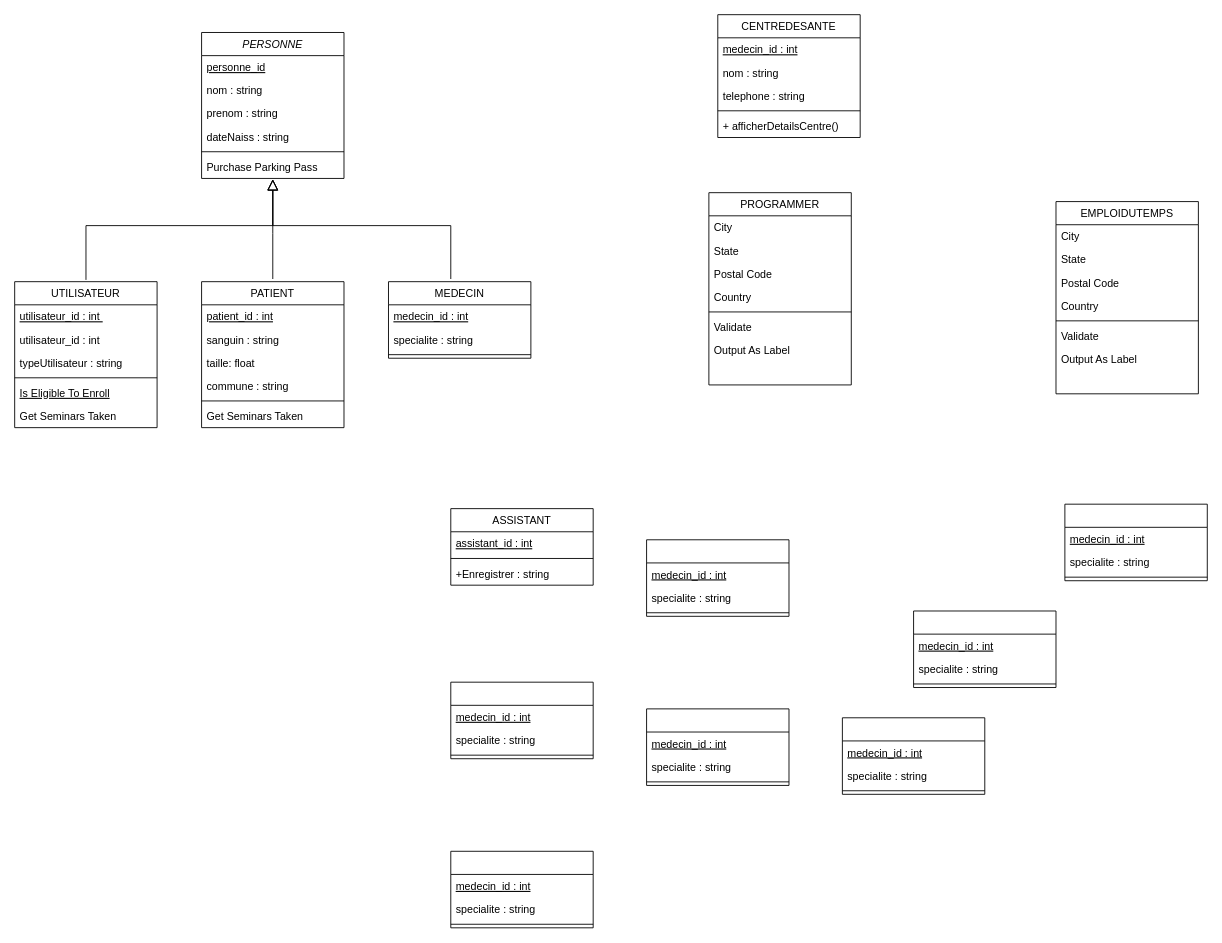
Earlier version of the draw.io diagram Untitled Diagram.drawio (2024SMAGIR2A/MedicalinfoA). Source tidied: cells renumbered, new cells numbered last; positions are measured from the earlier drawing's top-left corner, leaving out a move shared by most shapes. Both pictures are drawn from the tidied source at 89%, with x=0, y=0 at pixel (14, 14).
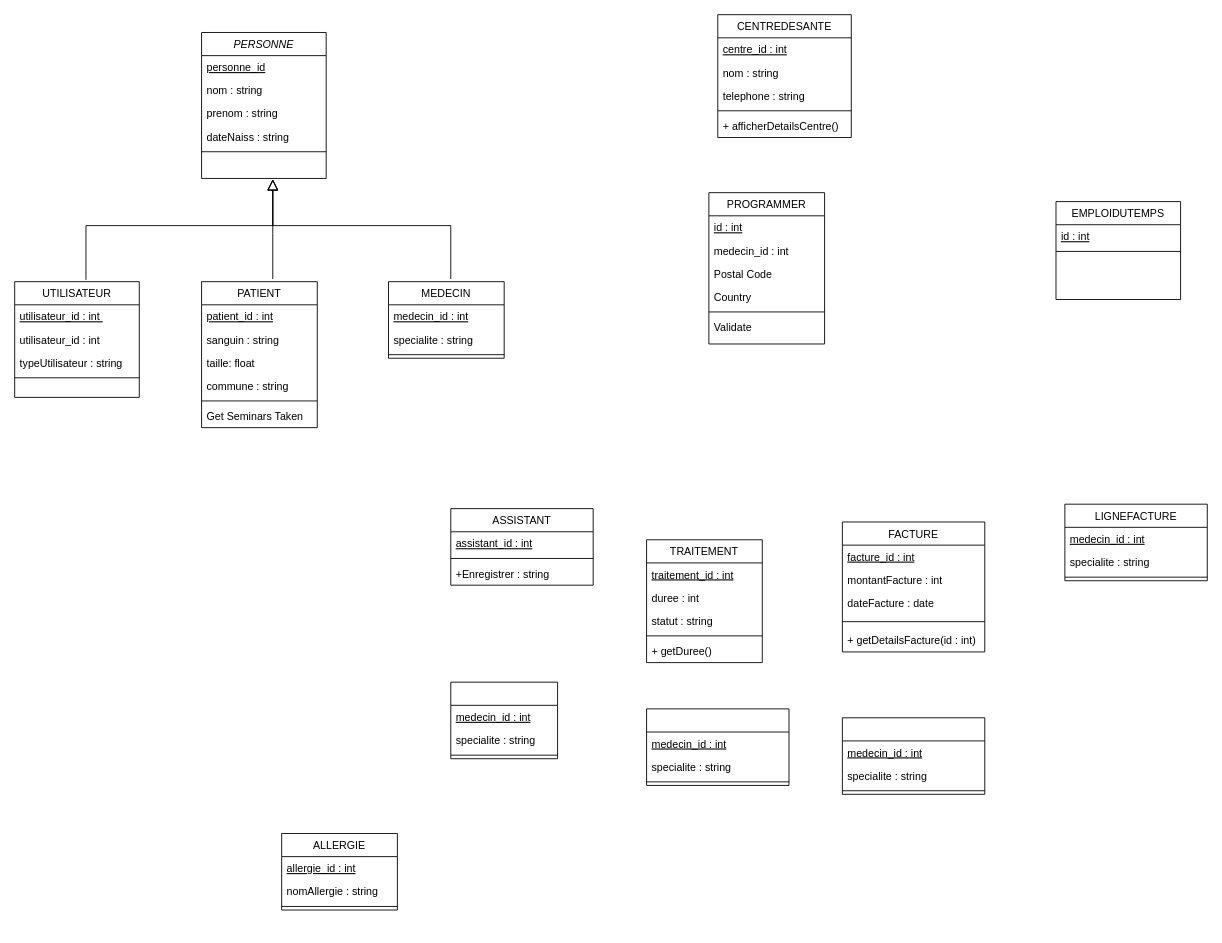
After the change.

Commit message (it also covers changes not shown here):
Mettre à jour Untitled Diagram.drawio

Change to the diagram source:
```diff
@@
     <mxCell id="2" value="PERSONNE" style="swimlane;fontStyle=2;align=center;verticalAlign=top;horizontal=1;startSize=26;rounded=0;shadow=0;strokeWidth=1;" parent="1" vertex="1">
-      <mxGeometry x="210" y="20" width="160" height="164" as="geometry" />
+      <mxGeometry x="210" y="20" width="140" height="164" as="geometry" />
     </mxCell>
     <mxCell id="3" value="personne_id" style="text;align=left;verticalAlign=top;spacingLeft=4;spacingRight=4;overflow=hidden;fillColor=none;fontStyle=4;" parent="2" vertex="1">
-      <mxGeometry y="26" width="160" height="26" as="geometry" />
+      <mxGeometry y="26" width="140" height="26" as="geometry" />
     </mxCell>
     <mxCell id="4" value="nom : string" style="text;align=left;verticalAlign=top;spacingLeft=4;spacingRight=4;overflow=hidden;rounded=0;shadow=0;html=0;" parent="2" vertex="1">
-      <mxGeometry y="52" width="160" height="26" as="geometry" />
+      <mxGeometry y="52" width="140" height="26" as="geometry" />
     </mxCell>
     <mxCell id="5" value="prenom : string" style="text;align=left;verticalAlign=top;spacingLeft=4;spacingRight=4;overflow=hidden;rounded=0;shadow=0;html=0;" parent="2" vertex="1">
-      <mxGeometry y="78" width="160" height="26" as="geometry" />
+      <mxGeometry y="78" width="140" height="26" as="geometry" />
     </mxCell>
     <mxCell id="6" value="dateNaiss : string" style="text;align=left;verticalAlign=top;spacingLeft=4;spacingRight=4;overflow=hidden;rounded=0;shadow=0;html=0;" parent="2" vertex="1">
-      <mxGeometry y="104" width="160" height="26" as="geometry" />
+      <mxGeometry y="104" width="140" height="26" as="geometry" />
     </mxCell>
     <mxCell id="7" style="line;html=1;strokeWidth=1;align=left;verticalAlign=middle;spacingTop=-1;spacingLeft=3;spacingRight=3;labelPosition=right;" parent="2" vertex="1">
-      <mxGeometry y="130" width="160" height="8" as="geometry" />
+      <mxGeometry y="130" width="140" height="8" as="geometry" />
     </mxCell>
-    <mxCell id="8" value="Purchase Parking Pass" style="text;align=left;verticalAlign=top;spacingLeft=4;spacingRight=4;overflow=hidden;" parent="2" vertex="1">
-      <mxGeometry y="138" width="160" height="26" as="geometry" />
-    </mxCell>
     <mxCell id="9" value="PATIENT" style="swimlane;fontStyle=0;align=center;verticalAlign=top;horizontal=1;startSize=26;rounded=0;shadow=0;strokeWidth=1;" parent="1" vertex="1">
-      <mxGeometry x="210" y="300" width="160" height="164" as="geometry" />
+      <mxGeometry x="210" y="300" width="130" height="164" as="geometry" />
     </mxCell>
     <mxCell id="10" value="patient_id : int" style="text;align=left;verticalAlign=top;spacingLeft=4;spacingRight=4;overflow=hidden;fontStyle=4;" parent="9" vertex="1">
-      <mxGeometry y="26" width="160" height="26" as="geometry" />
+      <mxGeometry y="26" width="130" height="26" as="geometry" />
     </mxCell>
     <mxCell id="11" value="sanguin : string" style="text;align=left;verticalAlign=top;spacingLeft=4;spacingRight=4;overflow=hidden;rounded=0;shadow=0;html=0;" parent="9" vertex="1">
-      <mxGeometry y="52" width="160" height="26" as="geometry" />
+      <mxGeometry y="52" width="130" height="26" as="geometry" />
     </mxCell>
     <mxCell id="12" value="taille: float" style="text;align=left;verticalAlign=top;spacingLeft=4;spacingRight=4;overflow=hidden;rounded=0;shadow=0;html=0;" parent="9" vertex="1">
-      <mxGeometry y="78" width="160" height="26" as="geometry" />
+      <mxGeometry y="78" width="130" height="26" as="geometry" />
     </mxCell>
     <mxCell id="13" value="commune : string" style="text;align=left;verticalAlign=top;spacingLeft=4;spacingRight=4;overflow=hidden;fontStyle=0;" parent="9" vertex="1">
-      <mxGeometry y="104" width="160" height="26" as="geometry" />
+      <mxGeometry y="104" width="130" height="26" as="geometry" />
     </mxCell>
     <mxCell id="14" style="line;html=1;strokeWidth=1;align=left;verticalAlign=middle;spacingTop=-1;spacingLeft=3;spacingRight=3;labelPosition=right;" parent="9" vertex="1">
-      <mxGeometry y="130" width="160" height="8" as="geometry" />
+      <mxGeometry y="130" width="130" height="8" as="geometry" />
     </mxCell>
     <mxCell id="15" value="Get Seminars Taken" style="text;align=left;verticalAlign=top;spacingLeft=4;spacingRight=4;overflow=hidden;" parent="9" vertex="1">
-      <mxGeometry y="138" width="160" height="26" as="geometry" />
+      <mxGeometry y="138" width="130" height="26" as="geometry" />
     </mxCell>
@@
     <mxCell id="17" value="MEDECIN" style="swimlane;fontStyle=0;align=center;verticalAlign=top;horizontal=1;startSize=26;rounded=0;shadow=0;strokeWidth=1;" parent="1" vertex="1">
-      <mxGeometry x="420" y="300" width="160" height="86" as="geometry" />
+      <mxGeometry x="420" y="300" width="130" height="86" as="geometry" />
     </mxCell>
     <mxCell id="18" value="medecin_id : int" style="text;align=left;verticalAlign=top;spacingLeft=4;spacingRight=4;overflow=hidden;fontStyle=4;" parent="17" vertex="1">
-      <mxGeometry y="26" width="160" height="26" as="geometry" />
+      <mxGeometry y="26" width="130" height="26" as="geometry" />
     </mxCell>
     <mxCell id="19" value="specialite : string" style="text;align=left;verticalAlign=top;spacingLeft=4;spacingRight=4;overflow=hidden;" parent="17" vertex="1">
-      <mxGeometry y="52" width="160" height="26" as="geometry" />
+      <mxGeometry y="52" width="130" height="26" as="geometry" />
     </mxCell>
     <mxCell id="20" style="line;html=1;strokeWidth=1;align=left;verticalAlign=middle;spacingTop=-1;spacingLeft=3;spacingRight=3;labelPosition=right;" parent="17" vertex="1">
-      <mxGeometry y="78" width="160" height="8" as="geometry" />
+      <mxGeometry y="78" width="130" height="8" as="geometry" />
     </mxCell>
@@
     <mxCell id="22" value="EMPLOIDUTEMPS" style="swimlane;fontStyle=0;align=center;verticalAlign=top;horizontal=1;startSize=26;rounded=0;shadow=0;strokeWidth=1;" parent="1" vertex="1">
-      <mxGeometry x="1170" y="210" width="160" height="216" as="geometry" />
+      <mxGeometry x="1170" y="210" width="140" height="110" as="geometry" />
     </mxCell>
-    <mxCell id="23" value="City" style="text;align=left;verticalAlign=top;spacingLeft=4;spacingRight=4;overflow=hidden;rounded=0;shadow=0;html=0;" parent="22" vertex="1">
-      <mxGeometry y="26" width="160" height="26" as="geometry" />
+    <mxCell id="23" value="id : int" style="text;align=left;verticalAlign=top;spacingLeft=4;spacingRight=4;overflow=hidden;rounded=0;shadow=0;html=0;fontStyle=4;" parent="22" vertex="1">
+      <mxGeometry y="26" width="140" height="26" as="geometry" />
     </mxCell>
-    <mxCell id="24" value="State" style="text;align=left;verticalAlign=top;spacingLeft=4;spacingRight=4;overflow=hidden;rounded=0;shadow=0;html=0;" parent="22" vertex="1">
-      <mxGeometry y="52" width="160" height="26" as="geometry" />
-    </mxCell>
-    <mxCell id="25" value="Postal Code" style="text;align=left;verticalAlign=top;spacingLeft=4;spacingRight=4;overflow=hidden;rounded=0;shadow=0;html=0;" parent="22" vertex="1">
-      <mxGeometry y="78" width="160" height="26" as="geometry" />
-    </mxCell>
-    <mxCell id="26" value="Country" style="text;align=left;verticalAlign=top;spacingLeft=4;spacingRight=4;overflow=hidden;rounded=0;shadow=0;html=0;" parent="22" vertex="1">
-      <mxGeometry y="104" width="160" height="26" as="geometry" />
-    </mxCell>
     <mxCell id="27" style="line;html=1;strokeWidth=1;align=left;verticalAlign=middle;spacingTop=-1;spacingLeft=3;spacingRight=3;labelPosition=right;" parent="22" vertex="1">
-      <mxGeometry y="130" width="160" height="8" as="geometry" />
+      <mxGeometry y="52" width="140" height="8" as="geometry" />
     </mxCell>
-    <mxCell id="28" value="Validate" style="text;align=left;verticalAlign=top;spacingLeft=4;spacingRight=4;overflow=hidden;" parent="22" vertex="1">
-      <mxGeometry y="138" width="160" height="26" as="geometry" />
-    </mxCell>
-    <mxCell id="29" value="Output As Label" style="text;align=left;verticalAlign=top;spacingLeft=4;spacingRight=4;overflow=hidden;" parent="22" vertex="1">
-      <mxGeometry y="164" width="160" height="26" as="geometry" />
-    </mxCell>
     <mxCell id="30" value="UTILISATEUR" style="swimlane;fontStyle=0;align=center;verticalAlign=top;horizontal=1;startSize=26;rounded=0;shadow=0;strokeWidth=1;" parent="1" vertex="1">
-      <mxGeometry y="300" width="160" height="164" as="geometry" />
+      <mxGeometry y="300" width="140" height="130" as="geometry" />
     </mxCell>
     <mxCell id="31" value="utilisateur_id : int " style="text;align=left;verticalAlign=top;spacingLeft=4;spacingRight=4;overflow=hidden;fontStyle=4;" parent="30" vertex="1">
-      <mxGeometry y="26" width="160" height="26" as="geometry" />
+      <mxGeometry y="26" width="140" height="26" as="geometry" />
     </mxCell>
     <mxCell id="32" value="utilisateur_id : int " style="text;align=left;verticalAlign=top;spacingLeft=4;spacingRight=4;overflow=hidden;" parent="30" vertex="1">
-      <mxGeometry y="52" width="160" height="26" as="geometry" />
+      <mxGeometry y="52" width="140" height="26" as="geometry" />
     </mxCell>
     <mxCell id="33" value="typeUtilisateur : string" style="text;align=left;verticalAlign=top;spacingLeft=4;spacingRight=4;overflow=hidden;rounded=0;shadow=0;html=0;" parent="30" vertex="1">
-      <mxGeometry y="78" width="160" height="26" as="geometry" />
+      <mxGeometry y="78" width="140" height="26" as="geometry" />
     </mxCell>
     <mxCell id="34" style="line;html=1;strokeWidth=1;align=left;verticalAlign=middle;spacingTop=-1;spacingLeft=3;spacingRight=3;labelPosition=right;" parent="30" vertex="1">
-      <mxGeometry y="104" width="160" height="8" as="geometry" />
+      <mxGeometry y="104" width="140" height="8" as="geometry" />
     </mxCell>
-    <mxCell id="35" value="Is Eligible To Enroll" style="text;align=left;verticalAlign=top;spacingLeft=4;spacingRight=4;overflow=hidden;fontStyle=4;" parent="30" vertex="1">
-      <mxGeometry y="112" width="160" height="26" as="geometry" />
-    </mxCell>
-    <mxCell id="36" value="Get Seminars Taken" style="text;align=left;verticalAlign=top;spacingLeft=4;spacingRight=4;overflow=hidden;" parent="30" vertex="1">
-      <mxGeometry y="138" width="160" height="26" as="geometry" />
-    </mxCell>
@@
     <mxCell id="38" value="PROGRAMMER" style="swimlane;fontStyle=0;align=center;verticalAlign=top;horizontal=1;startSize=26;rounded=0;shadow=0;strokeWidth=1;" parent="1" vertex="1">
-      <mxGeometry x="780" y="200" width="160" height="216" as="geometry" />
+      <mxGeometry x="780" y="200" width="130" height="170" as="geometry" />
     </mxCell>
-    <mxCell id="39" value="City" style="text;align=left;verticalAlign=top;spacingLeft=4;spacingRight=4;overflow=hidden;rounded=0;shadow=0;html=0;" parent="38" vertex="1">
-      <mxGeometry y="26" width="160" height="26" as="geometry" />
+    <mxCell id="39" value="id : int" style="text;align=left;verticalAlign=top;spacingLeft=4;spacingRight=4;overflow=hidden;rounded=0;shadow=0;html=0;fontStyle=4;" parent="38" vertex="1">
+      <mxGeometry y="26" width="130" height="26" as="geometry" />
     </mxCell>
-    <mxCell id="40" value="State" style="text;align=left;verticalAlign=top;spacingLeft=4;spacingRight=4;overflow=hidden;rounded=0;shadow=0;html=0;" parent="38" vertex="1">
-      <mxGeometry y="52" width="160" height="26" as="geometry" />
+    <mxCell id="40" value="medecin_id : int" style="text;align=left;verticalAlign=top;spacingLeft=4;spacingRight=4;overflow=hidden;rounded=0;shadow=0;html=0;" parent="38" vertex="1">
+      <mxGeometry y="52" width="130" height="26" as="geometry" />
     </mxCell>
     <mxCell id="41" value="Postal Code" style="text;align=left;verticalAlign=top;spacingLeft=4;spacingRight=4;overflow=hidden;rounded=0;shadow=0;html=0;" parent="38" vertex="1">
-      <mxGeometry y="78" width="160" height="26" as="geometry" />
+      <mxGeometry y="78" width="130" height="26" as="geometry" />
     </mxCell>
     <mxCell id="42" value="Country" style="text;align=left;verticalAlign=top;spacingLeft=4;spacingRight=4;overflow=hidden;rounded=0;shadow=0;html=0;" parent="38" vertex="1">
-      <mxGeometry y="104" width="160" height="26" as="geometry" />
+      <mxGeometry y="104" width="130" height="26" as="geometry" />
     </mxCell>
     <mxCell id="43" style="line;html=1;strokeWidth=1;align=left;verticalAlign=middle;spacingTop=-1;spacingLeft=3;spacingRight=3;labelPosition=right;" parent="38" vertex="1">
-      <mxGeometry y="130" width="160" height="8" as="geometry" />
+      <mxGeometry y="130" width="130" height="8" as="geometry" />
     </mxCell>
     <mxCell id="44" value="Validate" style="text;align=left;verticalAlign=top;spacingLeft=4;spacingRight=4;overflow=hidden;" parent="38" vertex="1">
-      <mxGeometry y="138" width="160" height="26" as="geometry" />
+      <mxGeometry y="138" width="130" height="26" as="geometry" />
     </mxCell>
-    <mxCell id="45" value="Output As Label" style="text;align=left;verticalAlign=top;spacingLeft=4;spacingRight=4;overflow=hidden;" parent="38" vertex="1">
-      <mxGeometry y="164" width="160" height="26" as="geometry" />
-    </mxCell>
@@
-    <mxCell id="50" style="swimlane;fontStyle=0;align=center;verticalAlign=top;horizontal=1;startSize=26;rounded=0;shadow=0;strokeWidth=1;" parent="1" vertex="1">
-      <mxGeometry x="710" y="590" width="160" height="86" as="geometry" />
+    <mxCell id="50" value="TRAITEMENT" style="swimlane;fontStyle=0;align=center;verticalAlign=top;horizontal=1;startSize=26;rounded=0;shadow=0;strokeWidth=1;" parent="1" vertex="1">
+      <mxGeometry x="710" y="590" width="130" height="138" as="geometry" />
     </mxCell>
-    <mxCell id="51" value="medecin_id : int" style="text;align=left;verticalAlign=top;spacingLeft=4;spacingRight=4;overflow=hidden;fontStyle=4;" parent="50" vertex="1">
-      <mxGeometry y="26" width="160" height="26" as="geometry" />
+    <mxCell id="51" value="traitement_id : int" style="text;align=left;verticalAlign=top;spacingLeft=4;spacingRight=4;overflow=hidden;fontStyle=4;" parent="50" vertex="1">
+      <mxGeometry y="26" width="130" height="26" as="geometry" />
     </mxCell>
-    <mxCell id="52" value="specialite : string" style="text;align=left;verticalAlign=top;spacingLeft=4;spacingRight=4;overflow=hidden;" parent="50" vertex="1">
-      <mxGeometry y="52" width="160" height="26" as="geometry" />
+    <mxCell id="52" value="duree : int" style="text;align=left;verticalAlign=top;spacingLeft=4;spacingRight=4;overflow=hidden;" parent="50" vertex="1">
+      <mxGeometry y="52" width="130" height="26" as="geometry" />
     </mxCell>
+    <mxCell id="84" value="statut : string" style="text;align=left;verticalAlign=top;spacingLeft=4;spacingRight=4;overflow=hidden;" parent="50" vertex="1">
+      <mxGeometry y="78" width="130" height="26" as="geometry" />
+    </mxCell>
     <mxCell id="53" style="line;html=1;strokeWidth=1;align=left;verticalAlign=middle;spacingTop=-1;spacingLeft=3;spacingRight=3;labelPosition=right;" parent="50" vertex="1">
-      <mxGeometry y="78" width="160" height="8" as="geometry" />
+      <mxGeometry y="104" width="130" height="8" as="geometry" />
     </mxCell>
+    <mxCell id="85" value="+ getDuree()" style="text;align=left;verticalAlign=top;spacingLeft=4;spacingRight=4;overflow=hidden;" parent="50" vertex="1">
+      <mxGeometry y="112" width="130" height="26" as="geometry" />
+    </mxCell>
     <mxCell id="54" value="CENTREDESANTE" style="swimlane;fontStyle=0;align=center;verticalAlign=top;horizontal=1;startSize=26;rounded=0;shadow=0;strokeWidth=1;" parent="1" vertex="1">
-      <mxGeometry x="790" width="160" height="138" as="geometry" />
+      <mxGeometry x="790" width="150" height="138" as="geometry" />
     </mxCell>
-    <mxCell id="55" value="medecin_id : int" style="text;align=left;verticalAlign=top;spacingLeft=4;spacingRight=4;overflow=hidden;fontStyle=4;" parent="54" vertex="1">
-      <mxGeometry y="26" width="160" height="26" as="geometry" />
+    <mxCell id="55" value="centre_id : int" style="text;align=left;verticalAlign=top;spacingLeft=4;spacingRight=4;overflow=hidden;fontStyle=4;" parent="54" vertex="1">
+      <mxGeometry y="26" width="150" height="26" as="geometry" />
     </mxCell>
     <mxCell id="56" value="nom : string" style="text;align=left;verticalAlign=top;spacingLeft=4;spacingRight=4;overflow=hidden;" parent="54" vertex="1">
-      <mxGeometry y="52" width="160" height="26" as="geometry" />
+      <mxGeometry y="52" width="150" height="26" as="geometry" />
     </mxCell>
     <mxCell id="57" value="telephone : string" style="text;align=left;verticalAlign=top;spacingLeft=4;spacingRight=4;overflow=hidden;" parent="54" vertex="1">
-      <mxGeometry y="78" width="160" height="26" as="geometry" />
+      <mxGeometry y="78" width="150" height="26" as="geometry" />
     </mxCell>
     <mxCell id="58" style="line;html=1;strokeWidth=1;align=left;verticalAlign=middle;spacingTop=-1;spacingLeft=3;spacingRight=3;labelPosition=right;" parent="54" vertex="1">
-      <mxGeometry y="104" width="160" height="8" as="geometry" />
+      <mxGeometry y="104" width="150" height="8" as="geometry" />
     </mxCell>
     <mxCell id="59" value="+ afficherDetailsCentre()" style="text;align=left;verticalAlign=top;spacingLeft=4;spacingRight=4;overflow=hidden;" parent="54" vertex="1">
-      <mxGeometry y="112" width="160" height="26" as="geometry" />
+      <mxGeometry y="112" width="150" height="26" as="geometry" />
     </mxCell>
-    <mxCell id="60" style="swimlane;fontStyle=0;align=center;verticalAlign=top;horizontal=1;startSize=26;rounded=0;shadow=0;strokeWidth=1;" parent="1" vertex="1">
+    <mxCell id="60" value="LIGNEFACTURE" style="swimlane;fontStyle=0;align=center;verticalAlign=top;horizontal=1;startSize=26;rounded=0;shadow=0;strokeWidth=1;" parent="1" vertex="1">
       <mxGeometry x="1180" y="550" width="160" height="86" as="geometry" />
     </mxCell>
@@
     <mxCell id="64" style="swimlane;fontStyle=0;align=center;verticalAlign=top;horizontal=1;startSize=26;rounded=0;shadow=0;strokeWidth=1;" parent="1" vertex="1">
-      <mxGeometry x="490" y="750" width="160" height="86" as="geometry" />
+      <mxGeometry x="490" y="750" width="120" height="86" as="geometry" />
     </mxCell>
     <mxCell id="65" value="medecin_id : int" style="text;align=left;verticalAlign=top;spacingLeft=4;spacingRight=4;overflow=hidden;fontStyle=4;" parent="64" vertex="1">
-      <mxGeometry y="26" width="160" height="26" as="geometry" />
+      <mxGeometry y="26" width="120" height="26" as="geometry" />
     </mxCell>
     <mxCell id="66" value="specialite : string" style="text;align=left;verticalAlign=top;spacingLeft=4;spacingRight=4;overflow=hidden;" parent="64" vertex="1">
-      <mxGeometry y="52" width="160" height="26" as="geometry" />
+      <mxGeometry y="52" width="120" height="26" as="geometry" />
     </mxCell>
     <mxCell id="67" style="line;html=1;strokeWidth=1;align=left;verticalAlign=middle;spacingTop=-1;spacingLeft=3;spacingRight=3;labelPosition=right;" parent="64" vertex="1">
-      <mxGeometry y="78" width="160" height="8" as="geometry" />
+      <mxGeometry y="78" width="120" height="8" as="geometry" />
     </mxCell>
-    <mxCell id="68" style="swimlane;fontStyle=0;align=center;verticalAlign=top;horizontal=1;startSize=26;rounded=0;shadow=0;strokeWidth=1;" parent="1" vertex="1">
-      <mxGeometry x="490" y="940" width="160" height="86" as="geometry" />
+    <mxCell id="68" value="ALLERGIE" style="swimlane;fontStyle=0;align=center;verticalAlign=top;horizontal=1;startSize=26;rounded=0;shadow=0;strokeWidth=1;" parent="1" vertex="1">
+      <mxGeometry x="300" y="920" width="130" height="86" as="geometry" />
     </mxCell>
-    <mxCell id="69" value="medecin_id : int" style="text;align=left;verticalAlign=top;spacingLeft=4;spacingRight=4;overflow=hidden;fontStyle=4;" parent="68" vertex="1">
-      <mxGeometry y="26" width="160" height="26" as="geometry" />
+    <mxCell id="69" value="allergie_id : int" style="text;align=left;verticalAlign=top;spacingLeft=4;spacingRight=4;overflow=hidden;fontStyle=4;" parent="68" vertex="1">
+      <mxGeometry y="26" width="130" height="26" as="geometry" />
     </mxCell>
-    <mxCell id="70" value="specialite : string" style="text;align=left;verticalAlign=top;spacingLeft=4;spacingRight=4;overflow=hidden;" parent="68" vertex="1">
-      <mxGeometry y="52" width="160" height="26" as="geometry" />
+    <mxCell id="70" value="nomAllergie : string" style="text;align=left;verticalAlign=top;spacingLeft=4;spacingRight=4;overflow=hidden;" parent="68" vertex="1">
+      <mxGeometry y="52" width="130" height="26" as="geometry" />
     </mxCell>
     <mxCell id="71" style="line;html=1;strokeWidth=1;align=left;verticalAlign=middle;spacingTop=-1;spacingLeft=3;spacingRight=3;labelPosition=right;" parent="68" vertex="1">
-      <mxGeometry y="78" width="160" height="8" as="geometry" />
+      <mxGeometry y="78" width="130" height="8" as="geometry" />
     </mxCell>
@@
-    <mxCell id="80" style="swimlane;fontStyle=0;align=center;verticalAlign=top;horizontal=1;startSize=26;rounded=0;shadow=0;strokeWidth=1;" parent="1" vertex="1">
-      <mxGeometry x="1010" y="670" width="160" height="86" as="geometry" />
+    <mxCell id="80" value="FACTURE" style="swimlane;fontStyle=0;align=center;verticalAlign=top;horizontal=1;startSize=26;rounded=0;shadow=0;strokeWidth=1;" parent="1" vertex="1">
+      <mxGeometry x="930" y="570" width="160" height="146" as="geometry" />
     </mxCell>
-    <mxCell id="81" value="medecin_id : int" style="text;align=left;verticalAlign=top;spacingLeft=4;spacingRight=4;overflow=hidden;fontStyle=4;" parent="80" vertex="1">
+    <mxCell id="81" value="facture_id : int" style="text;align=left;verticalAlign=top;spacingLeft=4;spacingRight=4;overflow=hidden;fontStyle=4;" parent="80" vertex="1">
       <mxGeometry y="26" width="160" height="26" as="geometry" />
     </mxCell>
-    <mxCell id="82" value="specialite : string" style="text;align=left;verticalAlign=top;spacingLeft=4;spacingRight=4;overflow=hidden;" parent="80" vertex="1">
+    <mxCell id="82" value="montantFacture : int" style="text;align=left;verticalAlign=top;spacingLeft=4;spacingRight=4;overflow=hidden;" parent="80" vertex="1">
       <mxGeometry y="52" width="160" height="26" as="geometry" />
     </mxCell>
+    <mxCell id="86" value="dateFacture : date" style="text;align=left;verticalAlign=top;spacingLeft=4;spacingRight=4;overflow=hidden;" parent="80" vertex="1">
+      <mxGeometry y="78" width="160" height="26" as="geometry" />
+    </mxCell>
     <mxCell id="83" style="line;html=1;strokeWidth=1;align=left;verticalAlign=middle;spacingTop=-1;spacingLeft=3;spacingRight=3;labelPosition=right;" parent="80" vertex="1">
-      <mxGeometry y="78" width="160" height="8" as="geometry" />
+      <mxGeometry y="104" width="160" height="16" as="geometry" />
     </mxCell>
+    <mxCell id="87" value="+ getDetailsFacture(id : int)&#10;" style="text;align=left;verticalAlign=top;spacingLeft=4;spacingRight=4;overflow=hidden;" parent="80" vertex="1">
+      <mxGeometry y="120" width="160" height="26" as="geometry" />
+    </mxCell>
```
